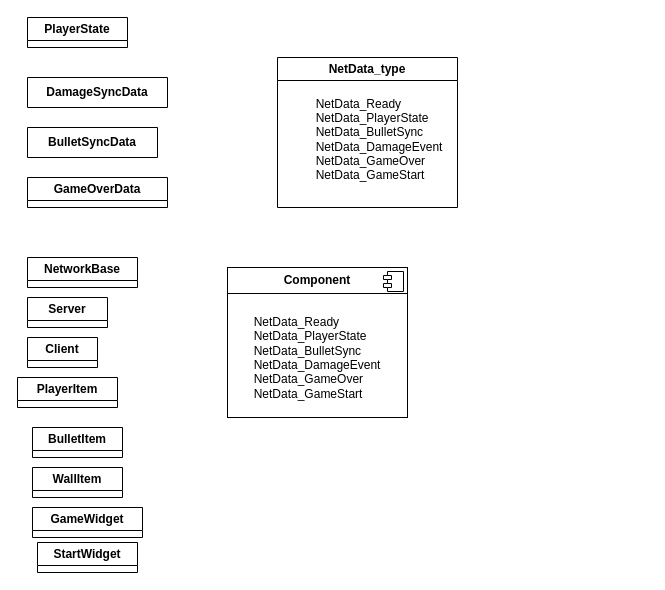
Earlier version of the draw.io diagram 未命名绘图.drawio (tiance002/text1). Source tidied: cells renumbered, new cells numbered last; positions are measured from the earlier drawing's top-left corner, leaving out a move shared by most shapes. Both pictures are drawn from the tidied source at 100%, with x=0, y=0 at pixel (17, 17).
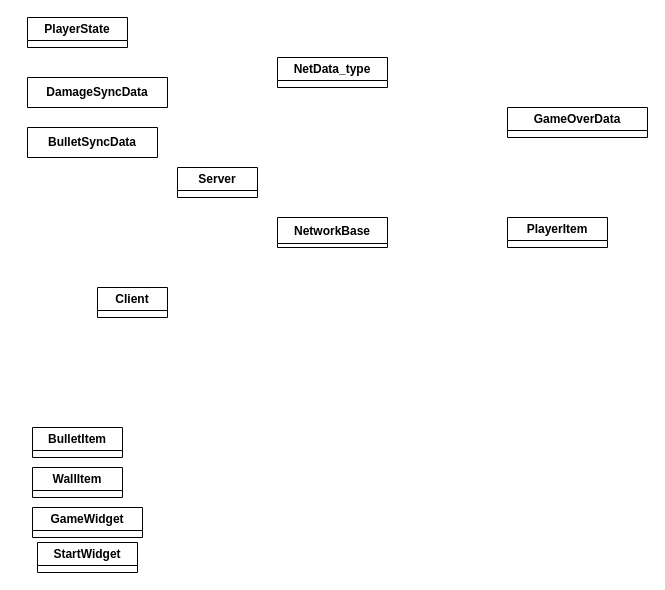
Above is the later version.

Commit message:
更新未命名绘图.drawio

Change to the diagram source:
```diff
@@
 <mxGraphModel>
   <root>
     <mxCell id="0" />
     <mxCell id="1" parent="0" />
     <mxCell id="2" value="PlayerState" style="swimlane;whiteSpace=wrap;html=1;" parent="1" vertex="1" collapsed="1">
       <mxGeometry x="10" width="100" height="30" as="geometry" />
     </mxCell>
     <mxCell id="3" value="&lt;b&gt;DamageSyncData&lt;/b&gt;" style="swimlane;fontStyle=0;horizontal=1;startSize=30;whiteSpace=wrap;html=1;" parent="1" vertex="1" collapsed="1">
       <mxGeometry x="10" y="60" width="140" height="30" as="geometry" />
     </mxCell>
     <mxCell id="4" value="&lt;span style=&quot;font-weight: 700;&quot;&gt;BulletSyncData&lt;/span&gt;" style="swimlane;fontStyle=0;horizontal=1;startSize=30;whiteSpace=wrap;html=1;" parent="1" vertex="1" collapsed="1">
       <mxGeometry x="10" y="110" width="130" height="30" as="geometry" />
     </mxCell>
     <mxCell id="5" value="GameOverData" style="swimlane;whiteSpace=wrap;html=1;" parent="1" vertex="1" collapsed="1">
-      <mxGeometry x="10" y="160" width="140" height="30" as="geometry" />
+      <mxGeometry x="490" y="90" width="140" height="30" as="geometry" />
     </mxCell>
-    <mxCell id="6" value="NetData_type" style="swimlane;whiteSpace=wrap;html=1;" parent="1" vertex="1">
-      <mxGeometry x="260" y="40" width="180" height="150" as="geometry" />
+    <mxCell id="6" value="NetData_type" style="swimlane;whiteSpace=wrap;html=1;" parent="1" vertex="1" collapsed="1">
+      <mxGeometry x="260" y="40" width="110" height="30" as="geometry" />
     </mxCell>
-    <mxCell id="7" value="&lt;div&gt;&lt;br&gt;&lt;/div&gt;&lt;div&gt;&amp;nbsp; &amp;nbsp; &amp;nbsp; &amp;nbsp; NetData_Ready&lt;/div&gt;&lt;div&gt;&amp;nbsp; &amp;nbsp; &amp;nbsp; &amp;nbsp; NetData_PlayerState&lt;/div&gt;&lt;div&gt;&amp;nbsp; &amp;nbsp; &amp;nbsp; &amp;nbsp; NetData_BulletSync&lt;/div&gt;&lt;div&gt;&amp;nbsp; &amp;nbsp; &amp;nbsp; &amp;nbsp; NetData_DamageEvent&lt;/div&gt;&lt;div&gt;&amp;nbsp; &amp;nbsp; &amp;nbsp; &amp;nbsp; NetData_GameOver&lt;/div&gt;&lt;div&gt;&amp;nbsp; &amp;nbsp; &amp;nbsp; &amp;nbsp; NetData_GameStart&lt;/div&gt;" style="text;html=1;whiteSpace=wrap;strokeColor=none;fillColor=none;align=left;verticalAlign=middle;rounded=0;" parent="6" vertex="1">
-      <mxGeometry x="10" y="60" width="160" height="30" as="geometry" />
-    </mxCell>
-    <mxCell id="8" value="NetworkBase" style="swimlane;whiteSpace=wrap;html=1;" parent="1" vertex="1" collapsed="1">
-      <mxGeometry x="10" y="240" width="110" height="30" as="geometry" />
-    </mxCell>
     <mxCell id="9" value="Server" style="swimlane;whiteSpace=wrap;html=1;" parent="1" vertex="1" collapsed="1">
-      <mxGeometry x="10" y="280" width="80" height="30" as="geometry" />
+      <mxGeometry x="160" y="150" width="80" height="30" as="geometry" />
     </mxCell>
     <mxCell id="10" value="Client" style="swimlane;whiteSpace=wrap;html=1;" parent="1" vertex="1" collapsed="1">
-      <mxGeometry x="10" y="320" width="70" height="30" as="geometry" />
+      <mxGeometry x="80" y="270" width="70" height="30" as="geometry" />
     </mxCell>
     <mxCell id="11" value="PlayerItem" style="swimlane;whiteSpace=wrap;html=1;" parent="1" vertex="1" collapsed="1">
-      <mxGeometry y="360" width="100" height="30" as="geometry" />
+      <mxGeometry x="490" y="200" width="100" height="30" as="geometry" />
     </mxCell>
     <mxCell id="12" value="BulletItem" style="swimlane;whiteSpace=wrap;html=1;" parent="1" vertex="1" collapsed="1">
       <mxGeometry x="15" y="410" width="90" height="30" as="geometry" />
     </mxCell>
     <mxCell id="13" value="WallItem" style="swimlane;whiteSpace=wrap;html=1;" parent="1" vertex="1" collapsed="1">
       <mxGeometry x="15" y="450" width="90" height="30" as="geometry" />
     </mxCell>
     <mxCell id="14" value="GameWidget" style="swimlane;whiteSpace=wrap;html=1;" parent="1" vertex="1" collapsed="1">
       <mxGeometry x="15" y="490" width="110" height="30" as="geometry" />
     </mxCell>
     <mxCell id="15" value="StartWidget" style="swimlane;whiteSpace=wrap;html=1;" parent="1" vertex="1" collapsed="1">
       <mxGeometry x="20" y="525" width="100" height="30" as="geometry" />
     </mxCell>
-    <mxCell id="16" value="&lt;p style=&quot;margin:0px;margin-top:6px;text-align:center;&quot;&gt;&lt;b&gt;Component&lt;/b&gt;&lt;/p&gt;&lt;hr size=&quot;1&quot; style=&quot;border-style:solid;&quot;&gt;&lt;p style=&quot;margin:0px;margin-left:8px;&quot;&gt;&lt;br&gt;&lt;/p&gt;&lt;div&gt;&amp;nbsp; &amp;nbsp; &amp;nbsp; &amp;nbsp; NetData_Ready&lt;/div&gt;&lt;div&gt;&amp;nbsp; &amp;nbsp; &amp;nbsp; &amp;nbsp; NetData_PlayerState&lt;/div&gt;&lt;div&gt;&amp;nbsp; &amp;nbsp; &amp;nbsp; &amp;nbsp; NetData_BulletSync&lt;/div&gt;&lt;div&gt;&amp;nbsp; &amp;nbsp; &amp;nbsp; &amp;nbsp; NetData_DamageEvent&lt;/div&gt;&lt;div&gt;&amp;nbsp; &amp;nbsp; &amp;nbsp; &amp;nbsp; NetData_GameOver&lt;/div&gt;&lt;div&gt;&amp;nbsp; &amp;nbsp; &amp;nbsp; &amp;nbsp; NetData_GameStart&lt;/div&gt;" style="align=left;overflow=fill;html=1;whiteSpace=wrap;" parent="1" vertex="1">
-      <mxGeometry x="210" y="250" width="180" height="150" as="geometry" />
-    </mxCell>
-    <mxCell id="17" style="shape=component;jettyWidth=8;jettyHeight=4;" parent="16" vertex="1">
-      <mxGeometry x="1" width="20" height="20" relative="1" as="geometry">
-        <mxPoint x="-24" y="4" as="offset" />
-      </mxGeometry>
-    </mxCell>
+    <mxCell id="8" value="NetworkBase" style="swimlane;fontStyle=1;align=center;verticalAlign=top;horizontal=1;startSize=26;whiteSpace=wrap;html=1;" parent="1" vertex="1" collapsed="1">
+      <mxGeometry x="260" y="200" width="110" height="30" as="geometry" />
+    </mxCell>
   </root>
 </mxGraphModel>
```
